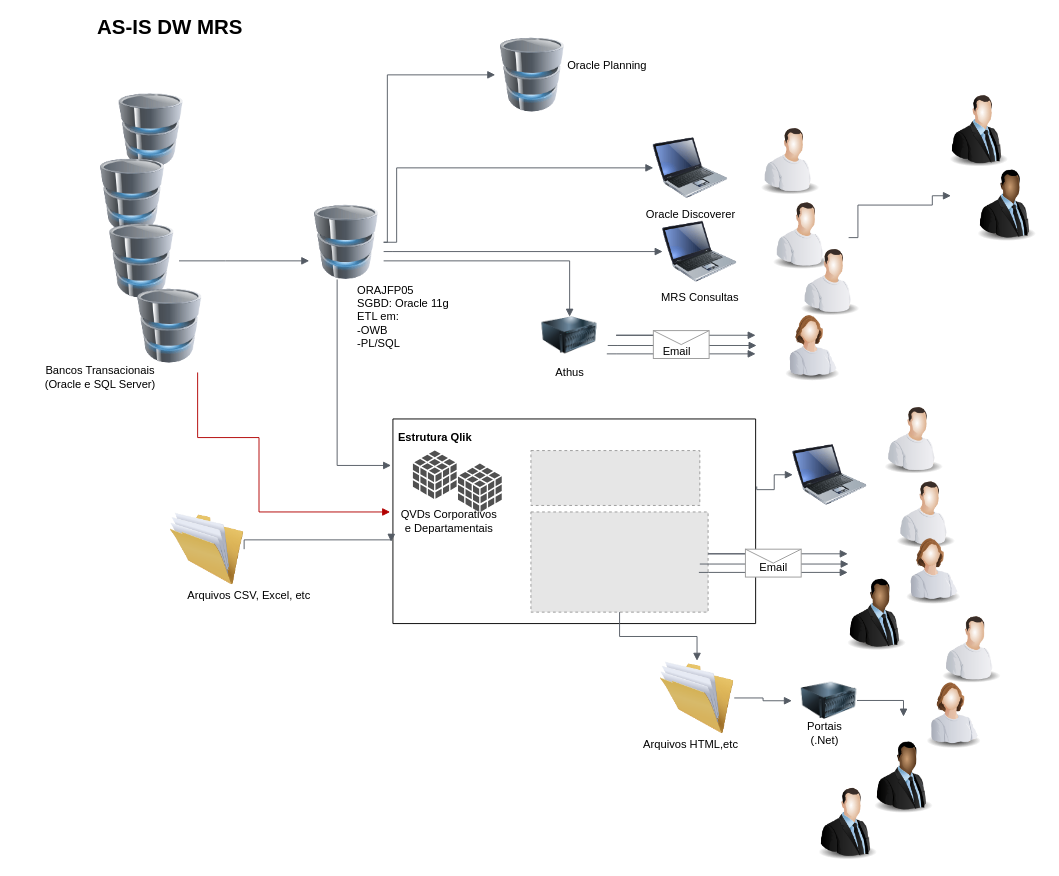
rafaelr00/arquitetura keeps this draw.io diagram as as_is_AUTOMACAO.drawio. Above is the earlier version. Source tidied: cells renumbered, new cells numbered last; positions are measured from the earlier drawing's top-left corner, leaving out a move shared by most shapes. Both pictures are drawn from the tidied source at 93%, with x=0, y=0 at pixel (39, 19). Pictures stored in the file or linked from it are replaced by grey dashed boxes.
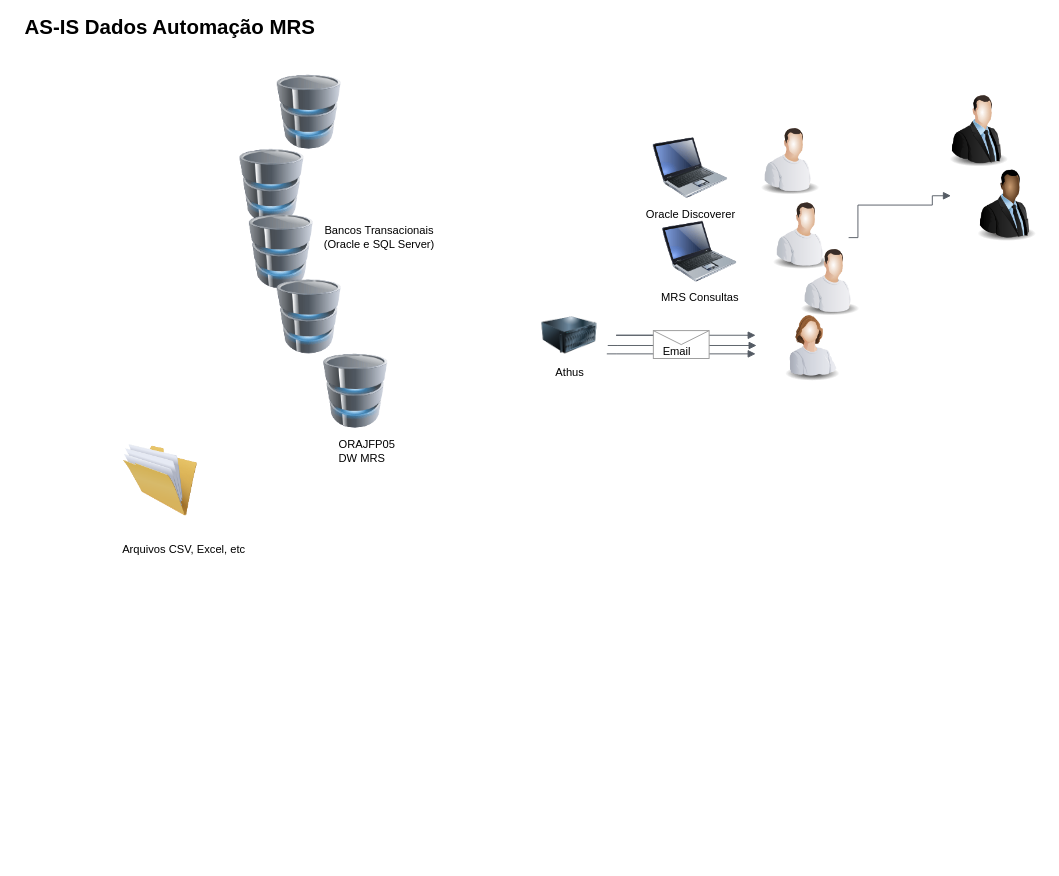
The same diagram, later.

The change refers to these unchanged cells:
```xml
<mxCell id="14" style="image;html=1;labelBackgroundColor=#ffffff;image=img/lib/clip_art/computers/Laptop_128x128.png;align=left;" parent="1" vertex="1">
  <mxGeometry x="660" y="120" width="80" height="80" as="geometry" />
</mxCell>
<mxCell id="20" style="image;html=1;labelBackgroundColor=#ffffff;image=img/lib/clip_art/computers/Laptop_128x128.png;align=left;" parent="1" vertex="1">
  <mxGeometry x="670" y="210" width="80" height="80" as="geometry" />
</mxCell>
<mxCell id="25" style="image;html=1;labelBackgroundColor=#ffffff;image=img/lib/clip_art/computers/Server_128x128.png;align=left;" parent="1" vertex="1">
  <mxGeometry x="530" y="320" width="80" height="40" as="geometry" />
</mxCell>
```

What changed in the source:
```diff
@@
     <mxCell id="6" style="image;html=1;labelBackgroundColor=#ffffff;image=img/lib/clip_art/computers/Database_128x128.png;" parent="1" vertex="1">
-      <mxGeometry x="80" y="80" width="80" height="80" as="geometry" />
+      <mxGeometry x="250" y="60" width="80" height="80" as="geometry" />
     </mxCell>
     <mxCell id="7" style="image;html=1;labelBackgroundColor=#ffffff;image=img/lib/clip_art/computers/Database_128x128.png;" parent="1" vertex="1">
-      <mxGeometry x="60" y="150" width="80" height="80" as="geometry" />
+      <mxGeometry x="210" y="140" width="80" height="80" as="geometry" />
     </mxCell>
     <mxCell id="8" style="image;html=1;labelBackgroundColor=#ffffff;image=img/lib/clip_art/computers/Database_128x128.png;" parent="1" vertex="1">
-      <mxGeometry x="70" y="220" width="80" height="80" as="geometry" />
+      <mxGeometry x="220" y="210" width="80" height="80" as="geometry" />
     </mxCell>
     <mxCell id="9" style="image;html=1;labelBackgroundColor=#ffffff;image=img/lib/clip_art/computers/Database_128x128.png;" parent="1" vertex="1">
-      <mxGeometry x="100" y="290" width="80" height="80" as="geometry" />
+      <mxGeometry x="250" y="280" width="80" height="80" as="geometry" />
     </mxCell>
     <mxCell id="10" style="image;html=1;labelBackgroundColor=#ffffff;image=img/lib/clip_art/computers/Database_128x128.png;" parent="1" vertex="1">
-      <mxGeometry x="290" y="200" width="80" height="80" as="geometry" />
+      <mxGeometry x="300" y="360" width="80" height="80" as="geometry" />
     </mxCell>
-    <mxCell id="11" style="edgeStyle=orthogonalEdgeStyle;html=1;endArrow=block;elbow=vertical;startArrow=none;endFill=1;strokeColor=#545B64;rounded=0;entryX=0;entryY=0.75;entryDx=0;entryDy=0;" parent="1" edge="1" source="8" target="10">
-      <mxGeometry relative="1" as="geometry">
-        <Array as="points">
-          <mxPoint x="200" y="260" />
-          <mxPoint x="200" y="260" />
-        </Array>
-      </mxGeometry>
-    </mxCell>
-    <mxCell id="12" value="&lt;font size=&quot;1&quot;&gt;&lt;b style=&quot;font-size: 22px&quot;&gt;AS-IS DW MRS&lt;/b&gt;&lt;/font&gt;" style="text;html=1;align=center;verticalAlign=middle;fillColor=none;strokeColor=none;rounded=0;" parent="1" vertex="1">
-      <mxGeometry x="55" width="170" height="20" as="geometry" />
+    <mxCell id="12" value="&lt;font size=&quot;1&quot;&gt;&lt;b style=&quot;font-size: 22px&quot;&gt;AS-IS Dados Automação MRS&lt;/b&gt;&lt;/font&gt;" style="text;html=1;align=center;verticalAlign=middle;fillColor=none;strokeColor=none;rounded=0;" parent="1" vertex="1">
+      <mxGeometry x="-25" width="330" height="20" as="geometry" />
     </mxCell>
-    <mxCell id="13" value="ORAJFP05&lt;br&gt;SGBD: Oracle 11g&lt;br&gt;ETL em:&lt;br&gt;-OWB&lt;br&gt;-PL/SQL" style="text;html=1;align=left;verticalAlign=middle;fillColor=none;strokeColor=none;rounded=0;textDirection=ltr;" parent="1" vertex="1">
-      <mxGeometry x="340" y="280" width="110" height="80" as="geometry" />
+    <mxCell id="13" value="ORAJFP05&lt;br&gt;DW MRS" style="text;html=1;align=left;verticalAlign=middle;fillColor=none;strokeColor=none;rounded=0;textDirection=ltr;" parent="1" vertex="1">
+      <mxGeometry x="320" y="450" width="80" height="30" as="geometry" />
     </mxCell>
@@
-    <mxCell id="15" style="image;html=1;labelBackgroundColor=#ffffff;image=img/lib/clip_art/computers/Database_128x128.png;align=left;" parent="1" vertex="1">
-      <mxGeometry x="490" y="20" width="80" height="80" as="geometry" />
-    </mxCell>
-    <mxCell id="16" style="edgeStyle=orthogonalEdgeStyle;html=1;endArrow=block;elbow=vertical;startArrow=none;endFill=1;strokeColor=#545B64;rounded=0;" parent="1" edge="1" source="10" target="15">
-      <mxGeometry relative="1" as="geometry">
-        <Array as="points">
-          <mxPoint x="374" y="240" />
-          <mxPoint x="374" y="60" />
-        </Array>
-      </mxGeometry>
-    </mxCell>
-    <mxCell id="17" value="Oracle Planning" style="text;html=1;align=center;verticalAlign=middle;fillColor=none;strokeColor=none;rounded=0;" parent="1" vertex="1">
-      <mxGeometry x="560" y="40" width="100" height="20" as="geometry" />
-    </mxCell>
-    <mxCell id="18" style="edgeStyle=orthogonalEdgeStyle;html=1;endArrow=block;elbow=vertical;startArrow=none;endFill=1;strokeColor=#545B64;rounded=0;exitX=1;exitY=0.5;exitDx=0;exitDy=0;" parent="1" edge="1" source="10" target="14">
-      <mxGeometry relative="1" as="geometry">
-        <Array as="points">
-          <mxPoint x="384" y="240" />
-          <mxPoint x="384" y="160" />
-        </Array>
-      </mxGeometry>
-    </mxCell>
@@
-    <mxCell id="21" style="edgeStyle=orthogonalEdgeStyle;html=1;endArrow=block;elbow=vertical;startArrow=none;endFill=1;strokeColor=#545B64;rounded=0;" parent="1" edge="1" source="10" target="20">
-      <mxGeometry relative="1" as="geometry">
-        <Array as="points">
-          <mxPoint x="380" y="250" />
-          <mxPoint x="380" y="250" />
-        </Array>
-      </mxGeometry>
-    </mxCell>
@@
-    <mxCell id="26" style="edgeStyle=orthogonalEdgeStyle;html=1;endArrow=block;elbow=vertical;startArrow=none;endFill=1;strokeColor=#545B64;rounded=0;exitX=1;exitY=0.75;exitDx=0;exitDy=0;" parent="1" edge="1" source="10" target="25">
-      <mxGeometry relative="1" as="geometry">
-        <Array as="points">
-          <mxPoint x="570" y="260" />
-        </Array>
-      </mxGeometry>
-    </mxCell>
@@
-    <mxCell id="33" style="verticalLabelPosition=bottom;verticalAlign=top;html=1;shape=mxgraph.basic.rect;fillColor2=none;strokeWidth=1;size=20;indent=5;align=left;" parent="1" vertex="1">
-      <mxGeometry x="380" y="430" width="390" height="220" as="geometry" />
-    </mxCell>
-    <mxCell id="34" style="image;html=1;labelBackgroundColor=#ffffff;image=img/lib/clip_art/computers/Laptop_128x128.png;align=left;" parent="1" vertex="1">
-      <mxGeometry x="810" y="450" width="80" height="80" as="geometry" />
-    </mxCell>
-    <mxCell id="35" value="Estrutura Qlik" style="text;html=1;align=center;verticalAlign=middle;fillColor=none;strokeColor=none;rounded=0;fontStyle=1;" parent="1" vertex="1">
-      <mxGeometry x="380" y="440" width="90" height="20" as="geometry" />
-    </mxCell>
@@
-    <mxCell id="37" style="edgeStyle=orthogonalEdgeStyle;html=1;endArrow=block;elbow=vertical;startArrow=none;endFill=1;strokeColor=#545B64;rounded=0;exitX=0.375;exitY=1;exitDx=0;exitDy=0;exitPerimeter=0;" parent="1" edge="1" source="10">
-      <mxGeometry relative="1" as="geometry">
-        <mxPoint x="378" y="480" as="targetPoint" />
-        <Array as="points">
-          <mxPoint x="320" y="480" />
-          <mxPoint x="378" y="480" />
-        </Array>
-      </mxGeometry>
-    </mxCell>
     <mxCell id="38" style="image;html=1;labelBackgroundColor=#ffffff;image=img/lib/clip_art/general/Full_Folder_128x128.png;align=left;" parent="1" vertex="1">
-      <mxGeometry x="140" y="530" width="80" height="80" as="geometry" />
+      <mxGeometry x="90" y="456" width="80" height="80" as="geometry" />
     </mxCell>
-    <mxCell id="39" style="edgeStyle=orthogonalEdgeStyle;html=1;endArrow=block;elbow=vertical;startArrow=none;endFill=1;strokeColor=#545B64;rounded=0;entryX=-0.005;entryY=0.6;entryDx=0;entryDy=0;entryPerimeter=0;exitX=1;exitY=0.5;exitDx=0;exitDy=0;" parent="1" edge="1" source="38" target="33">
-      <mxGeometry relative="1" as="geometry">
-        <Array as="points">
-          <mxPoint x="220" y="560" />
-        </Array>
-      </mxGeometry>
-    </mxCell>
     <mxCell id="40" value="Arquivos CSV, Excel, etc" style="text;html=1;align=center;verticalAlign=middle;fillColor=none;strokeColor=none;rounded=0;" parent="1" vertex="1">
-      <mxGeometry x="150" y="610" width="150" height="20" as="geometry" />
+      <mxGeometry x="80" y="561" width="150" height="20" as="geometry" />
     </mxCell>
-    <mxCell id="41" style="shadow=0;dashed=0;html=1;strokeColor=none;fillColor=#505050;labelPosition=center;verticalLabelPosition=bottom;verticalAlign=top;align=center;shape=mxgraph.office.databases.database_cube;" parent="1" vertex="1">
-      <mxGeometry x="401.5" y="464" width="47" height="52" as="geometry" />
-    </mxCell>
-    <mxCell id="42" value="QVDs Corporativos &lt;br&gt;e Departamentais" style="text;html=1;align=center;verticalAlign=middle;points=[];fillColor=none;strokeColor=none;rounded=0;" parent="1" vertex="1">
-      <mxGeometry x="380" y="525" width="120" height="30" as="geometry" />
-    </mxCell>
-    <mxCell id="43" style="shadow=0;dashed=0;html=1;strokeColor=none;fillColor=#505050;labelPosition=center;verticalLabelPosition=bottom;verticalAlign=top;align=center;shape=mxgraph.office.databases.database_cube;" parent="1" vertex="1">
-      <mxGeometry x="450" y="478" width="47" height="52" as="geometry" />
-    </mxCell>
-    <mxCell id="44" style="edgeStyle=orthogonalEdgeStyle;html=1;endArrow=block;elbow=vertical;startArrow=none;endFill=1;strokeColor=#545B64;rounded=0;exitX=1.003;exitY=0.33;exitDx=0;exitDy=0;exitPerimeter=0;" parent="1" edge="1" source="33" target="34">
-      <mxGeometry relative="1" as="geometry">
-        <Array as="points">
-          <mxPoint x="790" y="506" />
-          <mxPoint x="790" y="490" />
-        </Array>
-      </mxGeometry>
-    </mxCell>
-    <mxCell id="45" style="fillColor=#E6E6E6;strokeColor=#999999;dashed=1;verticalLabelPosition=bottom;labelBackgroundColor=#ffffff;verticalAlign=top;" parent="1" vertex="1">
-      <mxGeometry x="528.4" y="464" width="181.6" height="59" as="geometry" />
-    </mxCell>
-    <mxCell id="46" style="fillColor=#E6E6E6;strokeColor=#999999;dashed=1;verticalLabelPosition=bottom;labelBackgroundColor=#ffffff;verticalAlign=top;" parent="1" vertex="1">
-      <mxGeometry x="528.4" y="530" width="190.5" height="107.7" as="geometry" />
-    </mxCell>
-    <mxCell id="47" style="image;html=1;labelBackgroundColor=#ffffff;image=img/lib/clip_art/computers/Server_128x128.png;align=left;" parent="1" vertex="1">
-      <mxGeometry x="809" y="713" width="80" height="40" as="geometry" />
-    </mxCell>
-    <mxCell id="48" value="Portais&lt;br&gt;(.Net)" style="text;html=1;align=center;verticalAlign=middle;fillColor=none;strokeColor=none;rounded=0;" parent="1" vertex="1">
-      <mxGeometry x="819" y="753" width="50" height="30" as="geometry" />
-    </mxCell>
-    <mxCell id="49" style="image;html=1;labelBackgroundColor=#ffffff;image=img/lib/clip_art/people/Worker_Man_128x128.png;" parent="1" vertex="1">
-      <mxGeometry x="900" y="410" width="80" height="80" as="geometry" />
-    </mxCell>
-    <mxCell id="50" style="image;html=1;labelBackgroundColor=#ffffff;image=img/lib/clip_art/people/Worker_Man_128x128.png;" parent="1" vertex="1">
-      <mxGeometry x="913" y="490" width="80" height="80" as="geometry" />
-    </mxCell>
-    <mxCell id="51" style="image;html=1;labelBackgroundColor=#ffffff;image=img/lib/clip_art/people/Worker_Man_128x128.png;" parent="1" vertex="1">
-      <mxGeometry x="962" y="635" width="80" height="80" as="geometry" />
-    </mxCell>
-    <mxCell id="52" style="image;html=1;labelBackgroundColor=#ffffff;image=img/lib/clip_art/people/Worker_Woman_128x128.png;align=left;" parent="1" vertex="1">
-      <mxGeometry x="942" y="705" width="80" height="80" as="geometry" />
-    </mxCell>
-    <mxCell id="53" style="image;html=1;labelBackgroundColor=#ffffff;image=img/lib/clip_art/people/Suit_Man_Black_128x128.png;" parent="1" vertex="1">
-      <mxGeometry x="889" y="775" width="80" height="80" as="geometry" />
-    </mxCell>
-    <mxCell id="54" style="image;html=1;labelBackgroundColor=#ffffff;image=img/lib/clip_art/people/Suit_Man_128x128.png;" parent="1" vertex="1">
-      <mxGeometry x="829" y="825" width="80" height="80" as="geometry" />
-    </mxCell>
-    <mxCell id="55" style="edgeStyle=orthogonalEdgeStyle;html=1;endArrow=block;elbow=vertical;startArrow=none;endFill=1;strokeColor=#545B64;rounded=0;align=left;" parent="1" edge="1">
-      <mxGeometry relative="1" as="geometry">
-        <mxPoint x="879" y="732.7" as="sourcePoint" />
-        <mxPoint x="929" y="750" as="targetPoint" />
-        <Array as="points">
-          <mxPoint x="929" y="733" />
-        </Array>
-      </mxGeometry>
-    </mxCell>
-    <mxCell id="56" style="edgeStyle=orthogonalEdgeStyle;html=1;endArrow=block;elbow=vertical;startArrow=none;endFill=1;strokeColor=#545B64;rounded=0;align=left;" parent="1" edge="1" source="59">
-      <mxGeometry relative="1" as="geometry">
-        <mxPoint x="869" y="575" as="targetPoint" />
-        <Array as="points">
-          <mxPoint x="719" y="575" />
-          <mxPoint x="719" y="575" />
-        </Array>
-      </mxGeometry>
-    </mxCell>
-    <mxCell id="57" style="edgeStyle=orthogonalEdgeStyle;html=1;endArrow=block;elbow=vertical;startArrow=none;endFill=1;strokeColor=#545B64;rounded=0;align=left;" parent="1" edge="1">
-      <mxGeometry relative="1" as="geometry">
-        <mxPoint x="710" y="586" as="sourcePoint" />
-        <mxPoint x="870" y="586" as="targetPoint" />
-        <Array as="points">
-          <mxPoint x="720" y="586" />
-          <mxPoint x="720" y="586" />
-        </Array>
-      </mxGeometry>
-    </mxCell>
-    <mxCell id="58" style="edgeStyle=orthogonalEdgeStyle;html=1;endArrow=block;elbow=vertical;startArrow=none;endFill=1;strokeColor=#545B64;rounded=0;align=left;" parent="1" edge="1">
-      <mxGeometry relative="1" as="geometry">
-        <mxPoint x="709" y="595" as="sourcePoint" />
-        <mxPoint x="869" y="595" as="targetPoint" />
-        <Array as="points">
-          <mxPoint x="719" y="595" />
-          <mxPoint x="719" y="595" />
-        </Array>
-      </mxGeometry>
-    </mxCell>
-    <mxCell id="59" style="verticalLabelPosition=bottom;shadow=0;dashed=0;align=center;html=1;verticalAlign=top;strokeWidth=1;shape=mxgraph.mockup.misc.mail2;strokeColor=#999999;" parent="1" vertex="1">
-      <mxGeometry x="759" y="570" width="60" height="30" as="geometry" />
-    </mxCell>
-    <mxCell id="60" value="Email" style="text;html=1;align=center;verticalAlign=middle;fillColor=none;strokeColor=none;rounded=0;" parent="1" vertex="1">
-      <mxGeometry x="764" y="580" width="50" height="20" as="geometry" />
-    </mxCell>
-    <mxCell id="61" style="image;html=1;labelBackgroundColor=#ffffff;image=img/lib/clip_art/general/Full_Folder_128x128.png;align=left;" parent="1" vertex="1">
-      <mxGeometry x="667" y="690" width="80" height="80" as="geometry" />
-    </mxCell>
-    <mxCell id="62" style="edgeStyle=orthogonalEdgeStyle;html=1;endArrow=block;elbow=vertical;startArrow=none;endFill=1;strokeColor=#545B64;rounded=0;align=left;" parent="1" edge="1" source="46" target="61">
-      <mxGeometry relative="1" as="geometry" />
-    </mxCell>
-    <mxCell id="63" value="Arquivos HTML,etc" style="text;html=1;align=center;verticalAlign=middle;fillColor=none;strokeColor=none;rounded=0;" parent="1" vertex="1">
-      <mxGeometry x="640" y="770" width="120" height="20" as="geometry" />
-    </mxCell>
-    <mxCell id="64" style="image;html=1;labelBackgroundColor=#ffffff;image=img/lib/clip_art/people/Worker_Woman_128x128.png;align=left;" parent="1" vertex="1">
-      <mxGeometry x="920" y="550" width="80" height="80" as="geometry" />
-    </mxCell>
-    <mxCell id="65" style="edgeStyle=orthogonalEdgeStyle;html=1;endArrow=block;elbow=vertical;startArrow=none;endFill=1;strokeColor=#545B64;rounded=0;align=left;exitX=1;exitY=0.5;exitDx=0;exitDy=0;" parent="1" edge="1" source="61" target="47">
-      <mxGeometry relative="1" as="geometry" />
-    </mxCell>
-    <mxCell id="66" style="image;html=1;labelBackgroundColor=#ffffff;image=img/lib/clip_art/people/Suit_Man_Black_128x128.png;" parent="1" vertex="1">
-      <mxGeometry x="860" y="600" width="80" height="80" as="geometry" />
-    </mxCell>
     <mxCell id="67" value="Bancos Transacionais&lt;br&gt;(Oracle e SQL Server)" style="text;html=1;align=center;verticalAlign=middle;fillColor=none;strokeColor=none;rounded=0;" parent="1" vertex="1">
-      <mxGeometry y="370" width="130" height="30" as="geometry" />
+      <mxGeometry x="300" y="220" width="130" height="30" as="geometry" />
     </mxCell>
-    <mxCell id="68" style="edgeStyle=orthogonalEdgeStyle;html=1;endArrow=block;elbow=vertical;startArrow=none;endFill=1;strokeColor=#B20000;rounded=0;entryX=-0.025;entryY=0.167;entryDx=0;entryDy=0;entryPerimeter=0;fillColor=#e51400;" parent="1" edge="1" target="42">
-      <mxGeometry relative="1" as="geometry">
-        <mxPoint x="170" y="380" as="sourcePoint" />
-        <Array as="points">
-          <mxPoint x="170" y="450" />
-          <mxPoint x="236" y="450" />
-          <mxPoint x="236" y="530" />
-        </Array>
-      </mxGeometry>
-    </mxCell>
```
